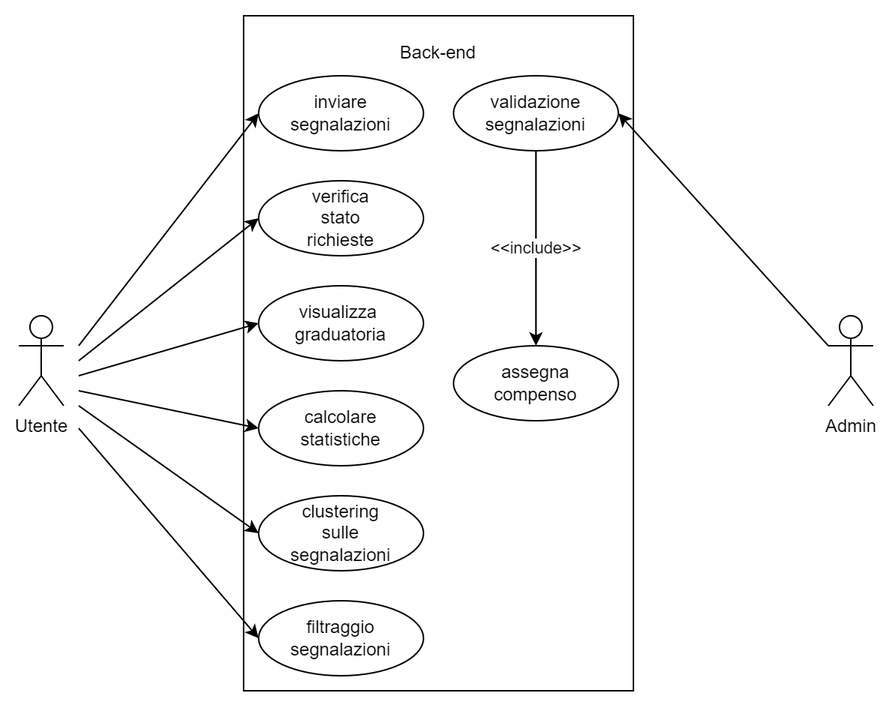
nicolaronchini/Progetto-programmazione-avanzata-2022-23 keeps this draw.io diagram as progettazione/use_case.png. Above is the earlier version. Source tidied: cells renumbered, new cells last; positions are measured from the earlier drawing's top-left corner, leaving out a move shared by most shapes.
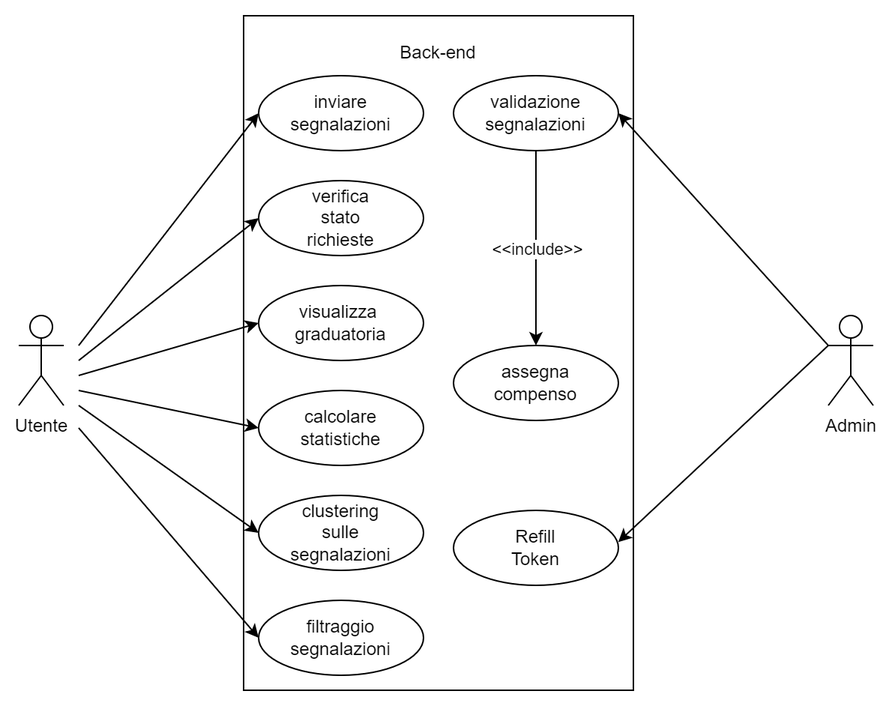
After the commit.

Commit message:
inserimento token readme

Diff of the diagram source:
```diff
@@ -129,5 +129,19 @@
         <mxPoint x="540" y="220" as="sourcePoint" />
       </mxGeometry>
     </mxCell>
+    <mxCell id="39" style="group;" parent="1" vertex="1">
+      <mxGeometry x="290" y="330" width="110" height="50" as="geometry" />
+    </mxCell>
+    <mxCell id="40" style="ellipse;whiteSpace=wrap;html=1;" parent="39" vertex="1">
+      <mxGeometry width="110" height="50" as="geometry" />
+    </mxCell>
+    <mxCell id="41" value="Refill Token" style="text;html=1;strokeColor=none;fillColor=none;align=center;verticalAlign=middle;whiteSpace=wrap;rounded=0;" parent="39" vertex="1">
+      <mxGeometry x="25" y="10" width="60" height="30" as="geometry" />
+    </mxCell>
+    <mxCell id="42" style="endArrow=classic;html=1;rounded=0;entryX=0.999;entryY=0.423;entryDx=0;entryDy=0;entryPerimeter=0;" parent="1" edge="1" target="39">
+      <mxGeometry relative="1" as="geometry">
+        <mxPoint x="540" y="220" as="sourcePoint" />
+      </mxGeometry>
+    </mxCell>
   </root>
 </mxGraphModel>
```
